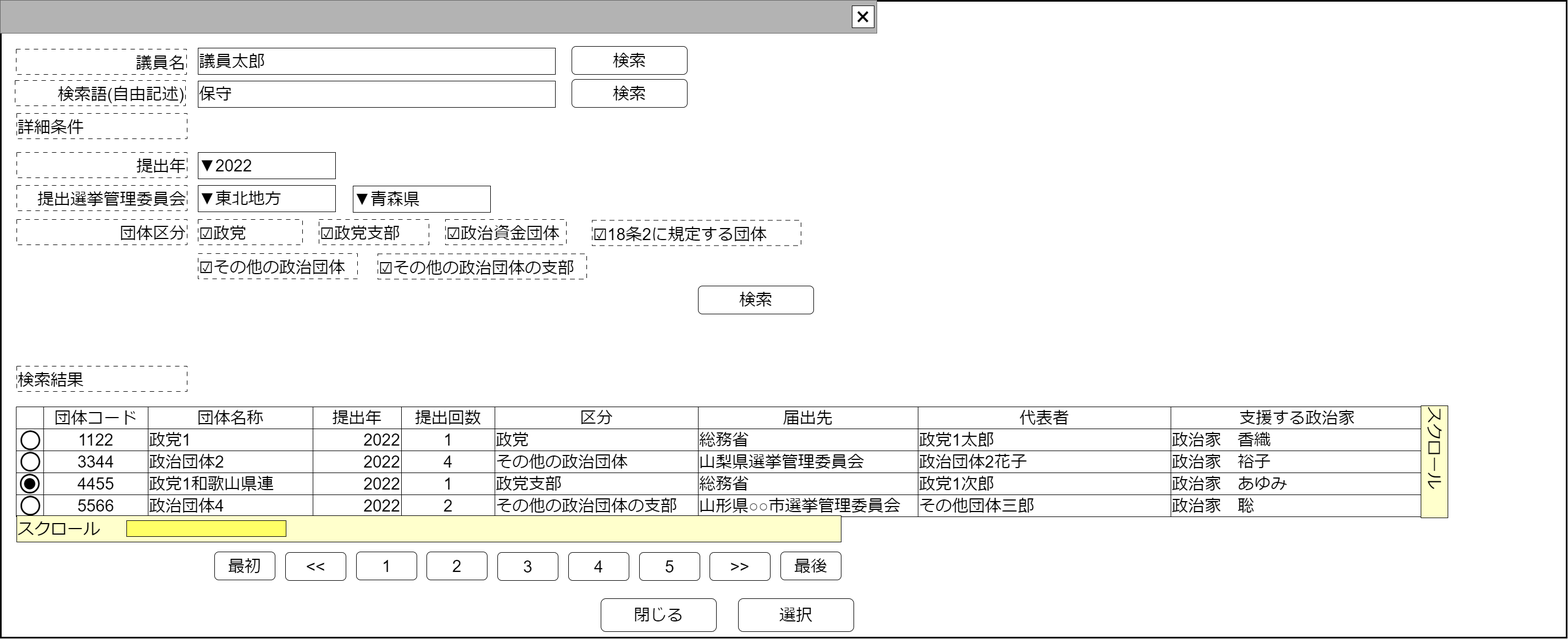
chiwa2023/investigate-politician-balance-report keeps this draw.io diagram as docs/common/front/search_political_balancesheet/image/政治資金収支報告書検索.drawio.png. Above is the earlier version. Source tidied: cells renumbered, new cells last; positions are measured from the earlier drawing's top-left corner, leaving out a move shared by most shapes.
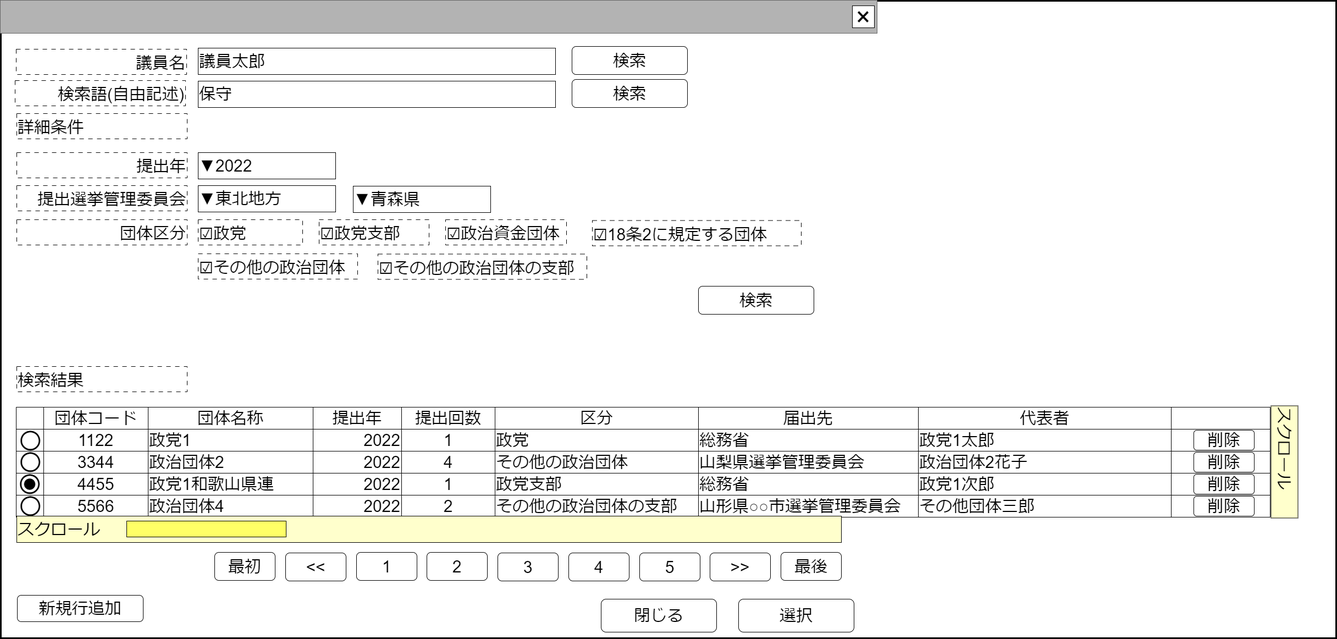
The same diagram one commit later.

What changed in the source:
```diff
@@ -3,7 +3,7 @@
     <mxCell id="0" />
     <mxCell id="1" value="ウインドウ" parent="0" />
     <mxCell id="2" style="rounded=0;whiteSpace=wrap;html=1;strokeWidth=3;" parent="1" vertex="1">
-      <mxGeometry x="1" y="1" width="2849" height="1159" as="geometry" />
+      <mxGeometry x="1" y="1" width="2429" height="1159" as="geometry" />
     </mxCell>
     <mxCell id="3" style="rounded=0;whiteSpace=wrap;html=1;fillColor=#B3B3B3;fontColor=#333333;strokeColor=#666666;" parent="1" vertex="1">
       <mxGeometry width="1595" height="60" as="geometry" />
@@ -11,12 +11,15 @@
     <mxCell id="4" value="&lt;font style=&quot;font-size: 48px;&quot;&gt;×&lt;/font&gt;" style="rounded=0;whiteSpace=wrap;html=1;" parent="1" vertex="1">
       <mxGeometry x="1550" y="10" width="40" height="40" as="geometry" />
     </mxCell>
+    <mxCell id="97" value="&lt;span style=&quot;font-size: 30px;&quot;&gt;削除&lt;/span&gt;" style="rounded=1;whiteSpace=wrap;html=1;" parent="1" vertex="1">
+      <mxGeometry x="861" y="842" width="110" height="36" as="geometry" />
+    </mxCell>
     <mxCell id="5" value="名称未設定レイヤ" parent="0" />
     <mxCell id="6" style="shape=table;startSize=0;fontSize=16;" parent="5" vertex="1">
-      <mxGeometry x="29" y="740" width="2561" height="200" as="geometry" />
+      <mxGeometry x="29" y="740" width="2281" height="200" as="geometry" />
     </mxCell>
     <mxCell id="7" style="shape=tableRow;horizontal=0;startSize=0;swimlaneHead=0;swimlaneBody=0;strokeColor=inherit;top=0;left=0;bottom=0;right=0;fillColor=none;fontSize=16;" parent="6" vertex="1">
-      <mxGeometry width="2561" height="40" as="geometry" />
+      <mxGeometry width="2281" height="40" as="geometry" />
     </mxCell>
     <mxCell id="8" style="shape=partialRectangle;html=1;whiteSpace=wrap;strokeColor=inherit;overflow=hidden;fillColor=none;top=0;left=0;bottom=0;right=0;fontSize=16;" parent="7" vertex="1">
       <mxGeometry width="50" height="40" as="geometry" />
@@ -42,11 +45,11 @@
     <mxCell id="15" value="&lt;font style=&quot;font-size: 30px;&quot;&gt;代表者&lt;/font&gt;" style="shape=partialRectangle;html=1;whiteSpace=wrap;strokeColor=inherit;overflow=hidden;fillColor=none;top=0;left=0;bottom=0;right=0;fontSize=16;" parent="7" vertex="1">
       <mxGeometry x="1641" width="460" height="40" as="geometry" />
     </mxCell>
-    <mxCell id="16" value="&lt;font style=&quot;font-size: 30px;&quot;&gt;支援する政治家&lt;/font&gt;" style="shape=partialRectangle;html=1;whiteSpace=wrap;strokeColor=inherit;overflow=hidden;fillColor=none;top=0;left=0;bottom=0;right=0;fontSize=16;" parent="7" vertex="1">
-      <mxGeometry x="2101" width="460" height="40" as="geometry" />
+    <mxCell id="16" style="shape=partialRectangle;html=1;whiteSpace=wrap;strokeColor=inherit;overflow=hidden;fillColor=none;top=0;left=0;bottom=0;right=0;fontSize=16;" parent="7" vertex="1">
+      <mxGeometry x="2101" width="180" height="40" as="geometry" />
     </mxCell>
     <mxCell id="17" style="shape=tableRow;horizontal=0;startSize=0;swimlaneHead=0;swimlaneBody=0;strokeColor=inherit;top=0;left=0;bottom=0;right=0;fillColor=none;fontSize=16;" parent="6" vertex="1">
-      <mxGeometry y="40" width="2561" height="40" as="geometry" />
+      <mxGeometry y="40" width="2281" height="40" as="geometry" />
     </mxCell>
     <mxCell id="18" style="shape=partialRectangle;html=1;whiteSpace=wrap;strokeColor=inherit;overflow=hidden;fillColor=none;top=0;left=0;bottom=0;right=0;fontSize=16;" parent="17" vertex="1">
       <mxGeometry width="50" height="40" as="geometry" />
@@ -72,11 +75,11 @@
     <mxCell id="25" value="&lt;font style=&quot;font-size: 30px;&quot;&gt;政党1太郎&lt;/font&gt;" style="shape=partialRectangle;html=1;whiteSpace=wrap;strokeColor=inherit;overflow=hidden;fillColor=none;top=0;left=0;bottom=0;right=0;fontSize=16;align=left;" parent="17" vertex="1">
       <mxGeometry x="1641" width="460" height="40" as="geometry" />
     </mxCell>
-    <mxCell id="26" value="&lt;font style=&quot;font-size: 30px;&quot;&gt;政治家　香織&lt;/font&gt;" style="shape=partialRectangle;html=1;whiteSpace=wrap;strokeColor=inherit;overflow=hidden;fillColor=none;top=0;left=0;bottom=0;right=0;fontSize=16;align=left;" parent="17" vertex="1">
-      <mxGeometry x="2101" width="460" height="40" as="geometry" />
+    <mxCell id="26" style="shape=partialRectangle;html=1;whiteSpace=wrap;strokeColor=inherit;overflow=hidden;fillColor=none;top=0;left=0;bottom=0;right=0;fontSize=16;align=left;" parent="17" vertex="1">
+      <mxGeometry x="2101" width="180" height="40" as="geometry" />
     </mxCell>
     <mxCell id="27" style="shape=tableRow;horizontal=0;startSize=0;swimlaneHead=0;swimlaneBody=0;strokeColor=inherit;top=0;left=0;bottom=0;right=0;fillColor=none;fontSize=16;align=left;" parent="6" vertex="1">
-      <mxGeometry y="80" width="2561" height="40" as="geometry" />
+      <mxGeometry y="80" width="2281" height="40" as="geometry" />
     </mxCell>
     <mxCell id="28" style="shape=partialRectangle;html=1;whiteSpace=wrap;strokeColor=inherit;overflow=hidden;fillColor=none;top=0;left=0;bottom=0;right=0;fontSize=16;" parent="27" vertex="1">
       <mxGeometry width="50" height="40" as="geometry" />
@@ -102,11 +105,11 @@
     <mxCell id="35" value="&lt;font style=&quot;font-size: 30px;&quot;&gt;政治団体2花子&lt;/font&gt;" style="shape=partialRectangle;html=1;whiteSpace=wrap;strokeColor=inherit;overflow=hidden;fillColor=none;top=0;left=0;bottom=0;right=0;fontSize=16;align=left;" parent="27" vertex="1">
       <mxGeometry x="1641" width="460" height="40" as="geometry" />
     </mxCell>
-    <mxCell id="36" value="&lt;span style=&quot;font-size: 30px;&quot;&gt;政治家　裕子&lt;/span&gt;" style="shape=partialRectangle;html=1;whiteSpace=wrap;strokeColor=inherit;overflow=hidden;fillColor=none;top=0;left=0;bottom=0;right=0;fontSize=16;align=left;" parent="27" vertex="1">
-      <mxGeometry x="2101" width="460" height="40" as="geometry" />
+    <mxCell id="36" style="shape=partialRectangle;html=1;whiteSpace=wrap;strokeColor=inherit;overflow=hidden;fillColor=none;top=0;left=0;bottom=0;right=0;fontSize=16;align=left;" parent="27" vertex="1">
+      <mxGeometry x="2101" width="180" height="40" as="geometry" />
     </mxCell>
     <mxCell id="37" style="shape=tableRow;horizontal=0;startSize=0;swimlaneHead=0;swimlaneBody=0;strokeColor=inherit;top=0;left=0;bottom=0;right=0;fillColor=none;fontSize=16;" parent="6" vertex="1">
-      <mxGeometry y="120" width="2561" height="40" as="geometry" />
+      <mxGeometry y="120" width="2281" height="40" as="geometry" />
     </mxCell>
     <mxCell id="38" style="shape=partialRectangle;html=1;whiteSpace=wrap;strokeColor=inherit;overflow=hidden;fillColor=none;top=0;left=0;bottom=0;right=0;fontSize=16;" parent="37" vertex="1">
       <mxGeometry width="50" height="40" as="geometry" />
@@ -132,11 +135,11 @@
     <mxCell id="45" value="&lt;font style=&quot;font-size: 30px;&quot;&gt;政党1次郎&lt;/font&gt;" style="shape=partialRectangle;html=1;whiteSpace=wrap;strokeColor=inherit;overflow=hidden;fillColor=none;top=0;left=0;bottom=0;right=0;fontSize=16;align=left;" parent="37" vertex="1">
       <mxGeometry x="1641" width="460" height="40" as="geometry" />
     </mxCell>
-    <mxCell id="46" value="&lt;span style=&quot;font-size: 30px;&quot;&gt;政治家　あゆみ&lt;/span&gt;" style="shape=partialRectangle;html=1;whiteSpace=wrap;strokeColor=inherit;overflow=hidden;fillColor=none;top=0;left=0;bottom=0;right=0;fontSize=16;align=left;" parent="37" vertex="1">
-      <mxGeometry x="2101" width="460" height="40" as="geometry" />
+    <mxCell id="46" style="shape=partialRectangle;html=1;whiteSpace=wrap;strokeColor=inherit;overflow=hidden;fillColor=none;top=0;left=0;bottom=0;right=0;fontSize=16;align=left;" parent="37" vertex="1">
+      <mxGeometry x="2101" width="180" height="40" as="geometry" />
     </mxCell>
     <mxCell id="47" style="shape=tableRow;horizontal=0;startSize=0;swimlaneHead=0;swimlaneBody=0;strokeColor=inherit;top=0;left=0;bottom=0;right=0;fillColor=none;fontSize=16;" parent="6" vertex="1">
-      <mxGeometry y="160" width="2561" height="40" as="geometry" />
+      <mxGeometry y="160" width="2281" height="40" as="geometry" />
     </mxCell>
     <mxCell id="48" style="shape=partialRectangle;html=1;whiteSpace=wrap;strokeColor=inherit;overflow=hidden;fillColor=none;top=0;left=0;bottom=0;right=0;fontSize=16;" parent="47" vertex="1">
       <mxGeometry width="50" height="40" as="geometry" />
@@ -162,8 +165,8 @@
     <mxCell id="55" value="&lt;font style=&quot;font-size: 30px;&quot;&gt;その他団体三郎&lt;/font&gt;" style="shape=partialRectangle;html=1;whiteSpace=wrap;strokeColor=inherit;overflow=hidden;fillColor=none;top=0;left=0;bottom=0;right=0;fontSize=16;align=left;" parent="47" vertex="1">
       <mxGeometry x="1641" width="460" height="40" as="geometry" />
     </mxCell>
-    <mxCell id="56" value="&lt;span style=&quot;font-size: 30px;&quot;&gt;政治家　聡&lt;/span&gt;" style="shape=partialRectangle;html=1;whiteSpace=wrap;strokeColor=inherit;overflow=hidden;fillColor=none;top=0;left=0;bottom=0;right=0;fontSize=16;align=left;" parent="47" vertex="1">
-      <mxGeometry x="2101" width="460" height="40" as="geometry" />
+    <mxCell id="56" style="shape=partialRectangle;html=1;whiteSpace=wrap;strokeColor=inherit;overflow=hidden;fillColor=none;top=0;left=0;bottom=0;right=0;fontSize=16;align=left;" parent="47" vertex="1">
+      <mxGeometry x="2101" width="180" height="40" as="geometry" />
     </mxCell>
     <mxCell id="57" value="&lt;font style=&quot;font-size: 84px;&quot;&gt;○&lt;/font&gt;" style="text;html=1;strokeColor=none;fillColor=none;align=center;verticalAlign=middle;whiteSpace=wrap;rounded=0;fontSize=60;" parent="5" vertex="1">
       <mxGeometry x="25" y="781" width="60" height="30" as="geometry" />
@@ -268,7 +271,7 @@
       <mxGeometry x="230" y="947" width="290" height="29" as="geometry" />
     </mxCell>
     <mxCell id="91" value="&lt;div style=&quot;&quot;&gt;&lt;font style=&quot;font-size: 30px;&quot;&gt;スクロール&lt;/font&gt;&lt;/div&gt;" style="rounded=0;whiteSpace=wrap;html=1;align=left;verticalAlign=top;fillColor=#FFFFCC;rotation=90;" parent="5" vertex="1">
-      <mxGeometry x="2507.5" y="815.5" width="204" height="49" as="geometry" />
+      <mxGeometry x="2234" y="815" width="204" height="49" as="geometry" />
     </mxCell>
     <mxCell id="92" value="&lt;span style=&quot;font-size: 30px;&quot;&gt;☑その他の政治団体&lt;/span&gt;" style="rounded=0;whiteSpace=wrap;html=1;align=left;dashed=1;dashPattern=8 8;verticalAlign=bottom;" parent="5" vertex="1">
       <mxGeometry x="360" y="461" width="290" height="46" as="geometry" />
@@ -285,5 +288,20 @@
     <mxCell id="96" value="&lt;span style=&quot;font-size: 30px;&quot;&gt;提出年&lt;/span&gt;" style="rounded=0;whiteSpace=wrap;html=1;align=right;dashed=1;dashPattern=8 8;verticalAlign=bottom;" parent="5" vertex="1">
       <mxGeometry x="30" y="277" width="310" height="46" as="geometry" />
     </mxCell>
+    <mxCell id="98" value="&lt;span style=&quot;font-size: 30px;&quot;&gt;削除&lt;/span&gt;" style="rounded=1;whiteSpace=wrap;html=1;" parent="5" vertex="1">
+      <mxGeometry x="2171" y="782" width="110" height="36" as="geometry" />
+    </mxCell>
+    <mxCell id="99" value="&lt;span style=&quot;font-size: 30px;&quot;&gt;削除&lt;/span&gt;" style="rounded=1;whiteSpace=wrap;html=1;" parent="5" vertex="1">
+      <mxGeometry x="2171" y="822" width="110" height="36" as="geometry" />
+    </mxCell>
+    <mxCell id="100" value="&lt;span style=&quot;font-size: 30px;&quot;&gt;削除&lt;/span&gt;" style="rounded=1;whiteSpace=wrap;html=1;" parent="5" vertex="1">
+      <mxGeometry x="2171" y="862" width="110" height="36" as="geometry" />
+    </mxCell>
+    <mxCell id="101" value="&lt;span style=&quot;font-size: 30px;&quot;&gt;削除&lt;/span&gt;" style="rounded=1;whiteSpace=wrap;html=1;" parent="5" vertex="1">
+      <mxGeometry x="2171" y="902" width="110" height="36" as="geometry" />
+    </mxCell>
+    <mxCell id="102" value="&lt;span style=&quot;font-size: 30px;&quot;&gt;新規行追加&lt;/span&gt;" style="rounded=1;whiteSpace=wrap;html=1;" parent="5" vertex="1">
+      <mxGeometry x="31" y="1082" width="229" height="48" as="geometry" />
+    </mxCell>
   </root>
 </mxGraphModel>
```
